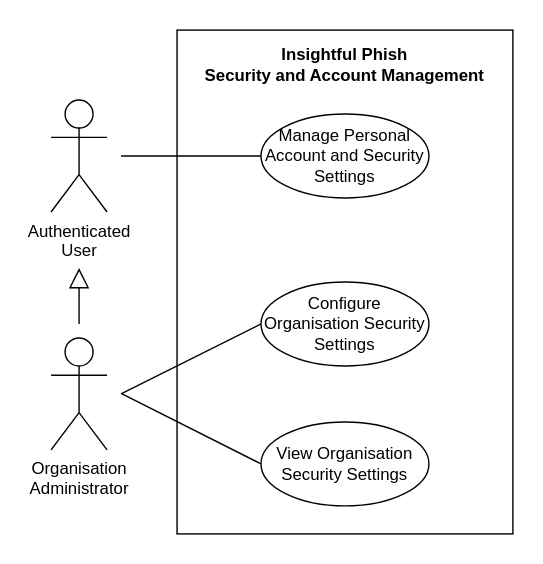
The draw.io diagram docs/demo4/diagrams/srs/use-cases/security-and-account-management.drawio.svg in COS301-SE-2026/Cybersecurity-Awareness-Training-Platform, before a commit. Source tidied: cells renumbered, new cells last; positions are measured from the earlier drawing's top-left corner, leaving out a move shared by most shapes. Its diagram source:
```xml
<mxGraphModel>
  <root>
    <mxCell id="0" />
    <mxCell id="1" parent="0" />
    <mxCell id="2" style="rounded=0;whiteSpace=wrap;html=1;fillColor=none;" parent="1" vertex="1">
      <mxGeometry x="90" width="240" height="360" as="geometry" />
    </mxCell>
    <mxCell id="3" value="&lt;div&gt;Authenticated&lt;br&gt;User&lt;/div&gt;" style="shape=umlActor;verticalLabelPosition=bottom;verticalAlign=top;html=1;" parent="1" vertex="1">
      <mxGeometry y="50" width="40" height="80" as="geometry" />
    </mxCell>
    <mxCell id="4" value="Configure Organisation Security Settings" style="ellipse;whiteSpace=wrap;html=1;" parent="1" vertex="1">
      <mxGeometry x="150" y="180" width="120" height="60" as="geometry" />
    </mxCell>
    <mxCell id="5" value="Manage Personal Account and Security&lt;br&gt;Settings" style="ellipse;whiteSpace=wrap;html=1;" parent="1" vertex="1">
      <mxGeometry x="150" y="60" width="120" height="60" as="geometry" />
    </mxCell>
    <mxCell id="6" style="endArrow=none;html=1;rounded=0;entryX=0;entryY=0.5;entryDx=0;entryDy=0;" parent="1" edge="1" target="5">
      <mxGeometry relative="1" as="geometry">
        <mxPoint x="50" y="90" as="sourcePoint" />
      </mxGeometry>
    </mxCell>
    <mxCell id="7" value="&lt;p class=&quot;p1&quot;&gt;Insightful Phish&lt;br&gt;Security and Account Management&lt;/p&gt;" style="text;html=1;whiteSpace=wrap;strokeColor=none;fillColor=none;align=center;verticalAlign=middle;rounded=0;fontStyle=1;" parent="1" vertex="1">
      <mxGeometry x="100" y="10" width="220" height="30" as="geometry" />
    </mxCell>
    <mxCell id="8" value="&lt;div&gt;Organisation&lt;br&gt;Administrator&lt;/div&gt;" style="shape=umlActor;verticalLabelPosition=bottom;verticalAlign=top;html=1;" parent="1" vertex="1">
      <mxGeometry y="220" width="40" height="80" as="geometry" />
    </mxCell>
    <mxCell id="9" value="View Organisation Security Settings" style="ellipse;whiteSpace=wrap;html=1;" parent="1" vertex="1">
      <mxGeometry x="150" y="280" width="120" height="60" as="geometry" />
    </mxCell>
    <mxCell id="10" style="endArrow=none;html=1;rounded=0;entryX=0;entryY=0.5;entryDx=0;entryDy=0;" parent="1" edge="1" target="9">
      <mxGeometry relative="1" as="geometry">
        <mxPoint x="50" y="259.5" as="sourcePoint" />
      </mxGeometry>
    </mxCell>
    <mxCell id="11" style="endArrow=none;html=1;rounded=0;entryX=0;entryY=0.5;entryDx=0;entryDy=0;" parent="1" edge="1" target="4">
      <mxGeometry relative="1" as="geometry">
        <mxPoint x="50" y="260" as="sourcePoint" />
      </mxGeometry>
    </mxCell>
    <mxCell id="12" style="endArrow=block;html=1;rounded=0;endFill=0;strokeWidth=1;endSize=12;" parent="1" edge="1">
      <mxGeometry relative="1" as="geometry">
        <mxPoint x="20" y="210" as="sourcePoint" />
        <mxPoint x="20" y="170" as="targetPoint" />
      </mxGeometry>
    </mxCell>
  </root>
</mxGraphModel>
```
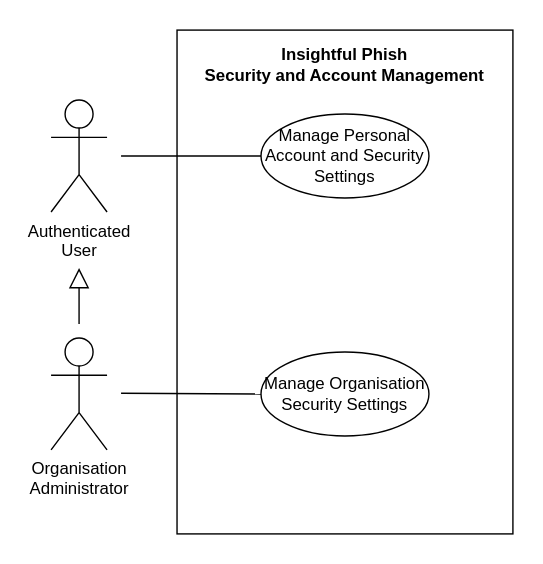
After the change.

Change to the diagram source:
```diff
@@ -8,9 +8,6 @@
     <mxCell id="3" value="&lt;div&gt;Authenticated&lt;br&gt;User&lt;/div&gt;" style="shape=umlActor;verticalLabelPosition=bottom;verticalAlign=top;html=1;" parent="1" vertex="1">
       <mxGeometry y="50" width="40" height="80" as="geometry" />
     </mxCell>
-    <mxCell id="4" value="Configure Organisation Security Settings" style="ellipse;whiteSpace=wrap;html=1;" parent="1" vertex="1">
-      <mxGeometry x="150" y="180" width="120" height="60" as="geometry" />
-    </mxCell>
     <mxCell id="5" value="Manage Personal Account and Security&lt;br&gt;Settings" style="ellipse;whiteSpace=wrap;html=1;" parent="1" vertex="1">
       <mxGeometry x="150" y="60" width="120" height="60" as="geometry" />
     </mxCell>
@@ -25,19 +22,14 @@
     <mxCell id="8" value="&lt;div&gt;Organisation&lt;br&gt;Administrator&lt;/div&gt;" style="shape=umlActor;verticalLabelPosition=bottom;verticalAlign=top;html=1;" parent="1" vertex="1">
       <mxGeometry y="220" width="40" height="80" as="geometry" />
     </mxCell>
-    <mxCell id="9" value="View Organisation Security Settings" style="ellipse;whiteSpace=wrap;html=1;" parent="1" vertex="1">
-      <mxGeometry x="150" y="280" width="120" height="60" as="geometry" />
+    <mxCell id="9" value="Manage Organisation Security Settings" style="ellipse;whiteSpace=wrap;html=1;" parent="1" vertex="1">
+      <mxGeometry x="150" y="230" width="120" height="60" as="geometry" />
     </mxCell>
     <mxCell id="10" style="endArrow=none;html=1;rounded=0;entryX=0;entryY=0.5;entryDx=0;entryDy=0;" parent="1" edge="1" target="9">
       <mxGeometry relative="1" as="geometry">
         <mxPoint x="50" y="259.5" as="sourcePoint" />
       </mxGeometry>
     </mxCell>
-    <mxCell id="11" style="endArrow=none;html=1;rounded=0;entryX=0;entryY=0.5;entryDx=0;entryDy=0;" parent="1" edge="1" target="4">
-      <mxGeometry relative="1" as="geometry">
-        <mxPoint x="50" y="260" as="sourcePoint" />
-      </mxGeometry>
-    </mxCell>
     <mxCell id="12" style="endArrow=block;html=1;rounded=0;endFill=0;strokeWidth=1;endSize=12;" parent="1" edge="1">
       <mxGeometry relative="1" as="geometry">
         <mxPoint x="20" y="210" as="sourcePoint" />
```
